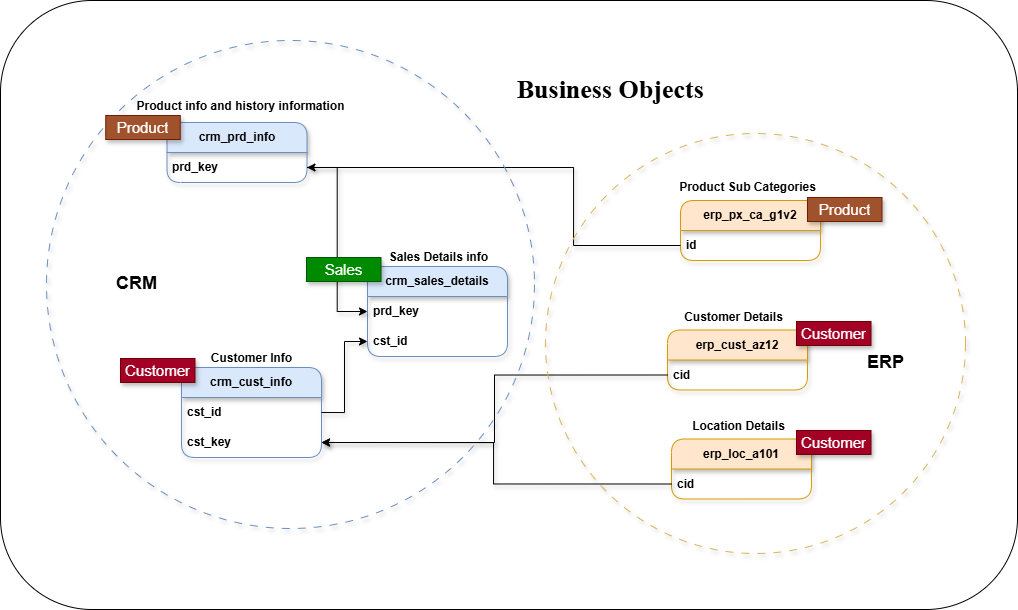
The draw.io diagram ExploreBusinessObjects.png in KamanHang/sqldatawarehousedataengineeringproject, before a commit. Source tidied: cells renumbered, new cells last; positions are measured from the earlier drawing's top-left corner, leaving out a move shared by most shapes.
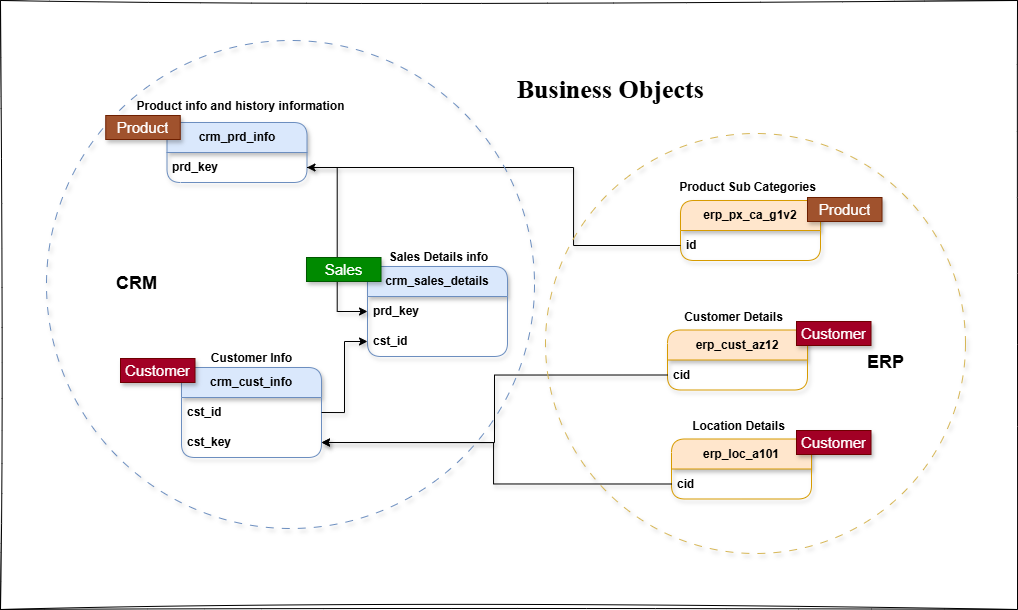
After the change.

Commit message:
Update Explore Business Objects

The edit, as a diff of the source:
```diff
@@ -2,7 +2,7 @@
   <root>
     <mxCell id="0" />
     <mxCell id="1" parent="0" />
-    <mxCell id="2" style="rounded=1;whiteSpace=wrap;html=1;" parent="1" vertex="1">
+    <mxCell id="2" style="rounded=0;whiteSpace=wrap;html=1;glass=0;sketch=1;curveFitting=1;jiggle=2;" parent="1" vertex="1">
       <mxGeometry width="1017" height="609" as="geometry" />
     </mxCell>
     <mxCell id="3" value="crm_cust_info" style="swimlane;fontStyle=1;horizontal=1;startSize=30;whiteSpace=wrap;html=1;rounded=1;fillColor=#dae8fc;strokeColor=#6c8ebf;shadow=1;swimlaneLine=1;" parent="1" vertex="1">
```
